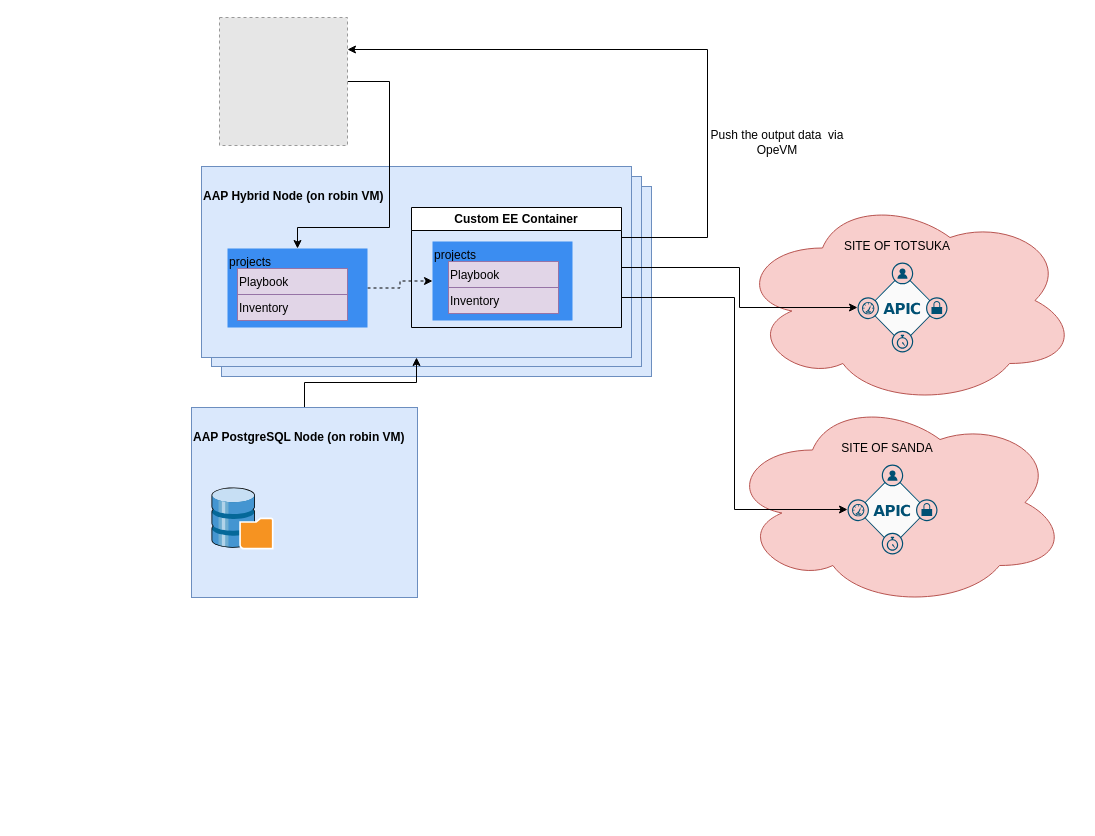
This is page "RAAP" (2 of 2) of Entire_Design_img.drawio from nhanawa/drawio, a draw.io file, before an edit. Source tidied: cells renumbered, new cells numbered last; positions are measured from the earlier drawing's top-left corner, leaving out a move shared by most shapes. Both pictures are drawn from the tidied source at 100%, with x=0, y=0 at pixel (191, 17). Pictures stored in the file or linked from it are replaced by grey dashed boxes.
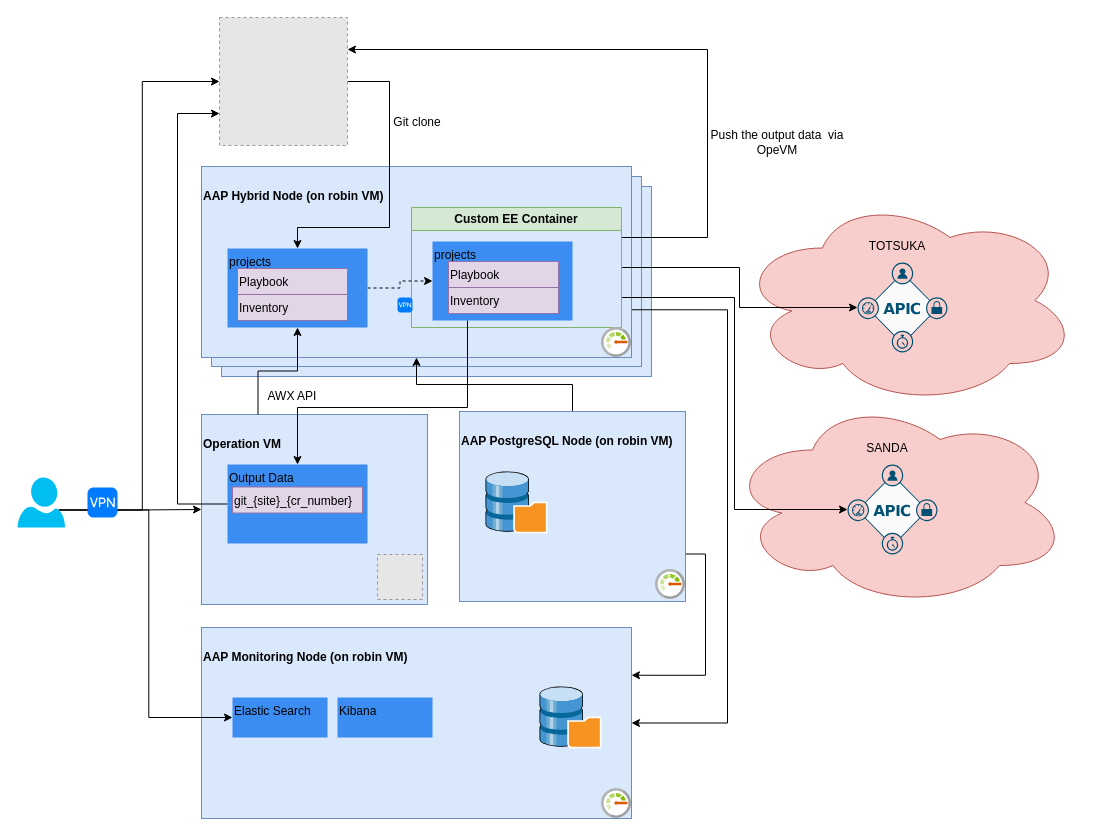
The same page after the edit.

Unchanged cells that the change refers to:
```xml
<mxCell id="6" value="&lt;h4&gt;AAP Hybrid Node (on robin VM)&lt;/h4&gt;&lt;div style=&quot;&quot;&gt;&lt;/div&gt;" style="rounded=0;whiteSpace=wrap;html=1;fillColor=#dae8fc;strokeColor=#6c8ebf;align=left;imageVerticalAlign=middle;verticalAlign=top;" parent="1" vertex="1">
  <mxGeometry x="10" y="149" width="430" height="191" as="geometry" />
</mxCell>
<mxCell id="13" style="fillColor=#E6E6E6;strokeColor=#999999;dashed=1;html=1;verticalAlign=top;verticalLabelPosition=bottom;labelBackgroundColor=#ffffff;fontFamily=Helvetica;" parent="1" vertex="1">
  <mxGeometry x="28" width="128" height="128" as="geometry" />
</mxCell>
<mxCell id="18" value="projects" style="whiteSpace=wrap;html=1;verticalAlign=top;fillColor=#3B8DF1;strokeColor=none;sketch=0;shadow=0;align=left;" parent="1" vertex="1">
  <mxGeometry x="36" y="231" width="140" height="79" as="geometry" />
</mxCell>
<mxCell id="21" value="projects" style="whiteSpace=wrap;html=1;verticalAlign=top;fillColor=#3B8DF1;strokeColor=none;sketch=0;shadow=0;align=left;" parent="1" vertex="1">
  <mxGeometry x="241" y="224" width="140" height="79" as="geometry" />
</mxCell>
```

The edit, as a diff of the source:
```diff
@@
+    <mxCell id="28" value="&lt;h4&gt;AAP Monitoring Node (on robin VM)&lt;/h4&gt;&lt;div style=&quot;&quot;&gt;&lt;/div&gt;" style="rounded=0;whiteSpace=wrap;html=1;fillColor=#dae8fc;strokeColor=#6c8ebf;align=left;imageVerticalAlign=middle;verticalAlign=top;" parent="1" vertex="1">
+      <mxGeometry x="10" y="610" width="430" height="191" as="geometry" />
+    </mxCell>
+    <mxCell id="29" value="&lt;h4&gt;Operation VM&lt;/h4&gt;&lt;div style=&quot;&quot;&gt;&lt;/div&gt;" style="rounded=0;whiteSpace=wrap;html=1;fillColor=#dae8fc;strokeColor=#6c8ebf;align=left;imageVerticalAlign=middle;verticalAlign=top;" parent="1" vertex="1">
+      <mxGeometry x="10" y="397" width="226" height="190" as="geometry" />
+    </mxCell>
@@
+    <mxCell id="30" style="edgeStyle=orthogonalEdgeStyle;rounded=0;jettySize=auto;html=1;exitX=1;exitY=0.75;exitDx=0;exitDy=0;strokeColor=default;entryX=1;entryY=0.5;entryDx=0;entryDy=0;" parent="1" edge="1" source="6" target="28">
+      <mxGeometry relative="1" as="geometry">
+        <Array as="points">
+          <mxPoint x="536" y="292" />
+          <mxPoint x="536" y="706" />
+        </Array>
+      </mxGeometry>
+    </mxCell>
@@
-    <mxCell id="11" value="Custom EE Container" style="swimlane;whiteSpace=wrap;html=1;fontFamily=Helvetica;" parent="1" vertex="1">
+    <mxCell id="11" value="Custom EE Container" style="swimlane;whiteSpace=wrap;html=1;fontFamily=Helvetica;fillColor=#d5e8d4;strokeColor=#82b366;" parent="1" vertex="1">
       <mxGeometry x="220" y="190" width="210" height="120" as="geometry" />
     </mxCell>
@@
+    <mxCell id="31" style="edgeStyle=orthogonalEdgeStyle;rounded=0;jettySize=auto;html=1;exitX=1;exitY=0.75;exitDx=0;exitDy=0;entryX=1;entryY=0.25;entryDx=0;entryDy=0;strokeColor=default;" parent="1" edge="1" source="15" target="28">
+      <mxGeometry relative="1" as="geometry" />
+    </mxCell>
     <mxCell id="15" value="&lt;h4&gt;AAP PostgreSQL Node (on robin VM)&lt;/h4&gt;&lt;div style=&quot;&quot;&gt;&lt;/div&gt;" style="rounded=0;whiteSpace=wrap;html=1;fillColor=#dae8fc;strokeColor=#6c8ebf;align=left;imageVerticalAlign=middle;verticalAlign=top;" parent="1" vertex="1">
-      <mxGeometry y="390" width="226" height="190" as="geometry" />
+      <mxGeometry x="268" y="394" width="226" height="190" as="geometry" />
     </mxCell>
     <mxCell id="16" style="shadow=0;dashed=0;html=1;labelPosition=center;verticalLabelPosition=bottom;verticalAlign=top;align=center;shape=mxgraph.veeam.3d.backup_repository;" parent="1" vertex="1">
-      <mxGeometry x="20" y="470" width="62" height="62" as="geometry" />
+      <mxGeometry x="294" y="454" width="62" height="62" as="geometry" />
     </mxCell>
@@
+    <mxCell id="32" style="edgeStyle=orthogonalEdgeStyle;rounded=0;jettySize=auto;html=1;exitX=0.25;exitY=1;exitDx=0;exitDy=0;entryX=0.5;entryY=0;entryDx=0;entryDy=0;strokeColor=default;" parent="1" edge="1" source="21" target="44">
+      <mxGeometry relative="1" as="geometry">
+        <Array as="points">
+          <mxPoint x="276" y="390" />
+          <mxPoint x="106" y="390" />
+        </Array>
+      </mxGeometry>
+    </mxCell>
@@
-    <mxCell id="25" value="SITE OF TOTSUKA" style="text;html=1;strokeColor=none;fillColor=none;align=center;verticalAlign=middle;whiteSpace=wrap;rounded=0;" parent="1" vertex="1">
+    <mxCell id="25" value="TOTSUKA" style="text;html=1;strokeColor=none;fillColor=none;align=center;verticalAlign=middle;whiteSpace=wrap;rounded=0;" parent="1" vertex="1">
       <mxGeometry x="626" y="214" width="160" height="30" as="geometry" />
     </mxCell>
@@
-    <mxCell id="27" value="SITE OF SANDA" style="text;html=1;strokeColor=none;fillColor=none;align=center;verticalAlign=middle;whiteSpace=wrap;rounded=0;" parent="1" vertex="1">
+    <mxCell id="27" value="SANDA" style="text;html=1;strokeColor=none;fillColor=none;align=center;verticalAlign=middle;whiteSpace=wrap;rounded=0;" parent="1" vertex="1">
       <mxGeometry x="616" y="416" width="160" height="30" as="geometry" />
     </mxCell>
+    <mxCell id="33" style="edgeStyle=orthogonalEdgeStyle;rounded=0;jettySize=auto;html=1;exitX=0.25;exitY=0;exitDx=0;exitDy=0;entryX=0.5;entryY=1;entryDx=0;entryDy=0;strokeColor=default;" parent="1" edge="1" source="29" target="18">
+      <mxGeometry relative="1" as="geometry" />
+    </mxCell>
+    <mxCell id="34" value="Git clone" style="text;html=1;strokeColor=none;fillColor=none;align=center;verticalAlign=middle;whiteSpace=wrap;rounded=0;" parent="1" vertex="1">
+      <mxGeometry x="186" y="90" width="80" height="30" as="geometry" />
+    </mxCell>
+    <mxCell id="35" value="AWX API" style="text;html=1;strokeColor=none;fillColor=none;align=center;verticalAlign=middle;whiteSpace=wrap;rounded=0;" parent="1" vertex="1">
+      <mxGeometry x="61" y="364" width="80" height="30" as="geometry" />
+    </mxCell>
+    <mxCell id="36" style="edgeStyle=orthogonalEdgeStyle;rounded=0;jettySize=auto;html=1;exitX=0.87;exitY=0.65;exitDx=0;exitDy=0;exitPerimeter=0;entryX=0;entryY=0.5;entryDx=0;entryDy=0;" parent="1" edge="1" source="39" target="29">
+      <mxGeometry relative="1" as="geometry" />
+    </mxCell>
+    <mxCell id="37" style="edgeStyle=orthogonalEdgeStyle;rounded=0;jettySize=auto;html=1;exitX=0.87;exitY=0.65;exitDx=0;exitDy=0;exitPerimeter=0;entryX=0;entryY=0.5;entryDx=0;entryDy=0;" parent="1" edge="1" source="39" target="13">
+      <mxGeometry relative="1" as="geometry" />
+    </mxCell>
+    <mxCell id="38" style="edgeStyle=orthogonalEdgeStyle;rounded=0;jettySize=auto;html=1;exitX=0.87;exitY=0.65;exitDx=0;exitDy=0;exitPerimeter=0;strokeColor=default;entryX=0;entryY=0.5;entryDx=0;entryDy=0;" parent="1" edge="1" source="39" target="48">
+      <mxGeometry relative="1" as="geometry" />
+    </mxCell>
+    <mxCell id="39" style="verticalLabelPosition=bottom;html=1;verticalAlign=top;align=center;strokeColor=none;fillColor=#00BEF2;shape=mxgraph.azure.user;" parent="1" vertex="1">
+      <mxGeometry x="-174" y="460" width="47.5" height="50" as="geometry" />
+    </mxCell>
+    <mxCell id="40" style="html=1;strokeWidth=1;shadow=0;dashed=0;shape=mxgraph.ios7.misc.vpn;fillColor=#007AFF;strokeColor=none;buttonText=;strokeColor2=#222222;fontColor=#222222;fontSize=8;verticalLabelPosition=bottom;verticalAlign=top;align=center;sketch=0;" parent="1" vertex="1">
+      <mxGeometry x="206" y="280" width="15" height="15" as="geometry" />
+    </mxCell>
+    <mxCell id="41" style="html=1;strokeWidth=1;shadow=0;dashed=0;shape=mxgraph.ios7.misc.vpn;fillColor=#007AFF;strokeColor=none;buttonText=;strokeColor2=#222222;fontColor=#222222;fontSize=8;verticalLabelPosition=bottom;verticalAlign=top;align=center;sketch=0;" parent="1" vertex="1">
+      <mxGeometry x="-104" y="470" width="30" height="30" as="geometry" />
+    </mxCell>
+    <mxCell id="42" style="fillColor=#E6E6E6;strokeColor=#999999;dashed=1;html=1;verticalAlign=top;verticalLabelPosition=bottom;labelBackgroundColor=#ffffff;" parent="1" vertex="1">
+      <mxGeometry x="186" y="537" width="45" height="45" as="geometry" />
+    </mxCell>
+    <mxCell id="43" style="edgeStyle=orthogonalEdgeStyle;rounded=0;jettySize=auto;html=1;exitX=0;exitY=0.5;exitDx=0;exitDy=0;entryX=0;entryY=0.75;entryDx=0;entryDy=0;strokeColor=default;" parent="1" edge="1" source="44" target="13">
+      <mxGeometry relative="1" as="geometry">
+        <Array as="points">
+          <mxPoint x="-14" y="487" />
+          <mxPoint x="-14" y="96" />
+        </Array>
+      </mxGeometry>
+    </mxCell>
+    <mxCell id="44" value="Output Data" style="whiteSpace=wrap;html=1;verticalAlign=top;fillColor=#3B8DF1;strokeColor=none;sketch=0;shadow=0;align=left;" parent="1" vertex="1">
+      <mxGeometry x="36" y="447" width="140" height="79" as="geometry" />
+    </mxCell>
+    <mxCell id="45" value="git_{site}_{cr_number}" style="whiteSpace=wrap;html=1;verticalAlign=top;fillColor=#e1d5e7;strokeColor=#9673a6;sketch=0;shadow=0;align=left;" parent="1" vertex="1">
+      <mxGeometry x="41" y="469.5" width="130" height="26" as="geometry" />
+    </mxCell>
+    <mxCell id="46" style="sketch=0;html=1;align=center;image;fontSize=12;image=img/lib/mscae/Monitor.svg;" parent="1" vertex="1">
+      <mxGeometry x="410" y="310" width="30" height="30" as="geometry" />
+    </mxCell>
+    <mxCell id="47" style="sketch=0;html=1;align=center;image;fontSize=12;image=img/lib/mscae/Monitor.svg;" parent="1" vertex="1">
+      <mxGeometry x="464" y="552" width="30" height="30" as="geometry" />
+    </mxCell>
+    <mxCell id="48" value="Elastic Search" style="whiteSpace=wrap;html=1;verticalAlign=top;fillColor=#3B8DF1;strokeColor=none;sketch=0;shadow=0;align=left;" parent="1" vertex="1">
+      <mxGeometry x="41" y="680" width="95" height="40" as="geometry" />
+    </mxCell>
+    <mxCell id="49" style="shadow=0;dashed=0;html=1;labelPosition=center;verticalLabelPosition=bottom;verticalAlign=top;align=center;shape=mxgraph.veeam.3d.backup_repository;" parent="1" vertex="1">
+      <mxGeometry x="348" y="669" width="62" height="62" as="geometry" />
+    </mxCell>
+    <mxCell id="50" value="Kibana" style="whiteSpace=wrap;html=1;verticalAlign=top;fillColor=#3B8DF1;strokeColor=none;sketch=0;shadow=0;align=left;" parent="1" vertex="1">
+      <mxGeometry x="146" y="680" width="95" height="40" as="geometry" />
+    </mxCell>
+    <mxCell id="51" style="sketch=0;html=1;align=center;image;fontSize=12;image=img/lib/mscae/Monitor.svg;" parent="1" vertex="1">
+      <mxGeometry x="410" y="771" width="30" height="30" as="geometry" />
+    </mxCell>
```
